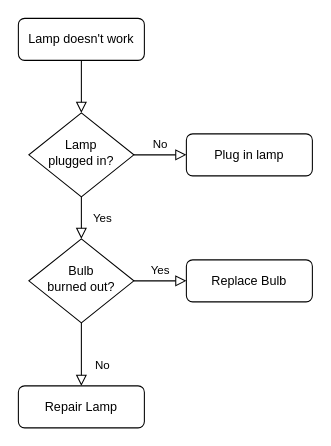
wuxiyabear/books keeps this draw.io diagram as 未命名绘图.drawio. Above is the earlier version. Source tidied: cells renumbered, new cells numbered last; positions are measured from the earlier drawing's top-left corner, leaving out a move shared by most shapes. Both pictures are drawn from the tidied source at 105%, with x=0, y=0 at pixel (18, 18).
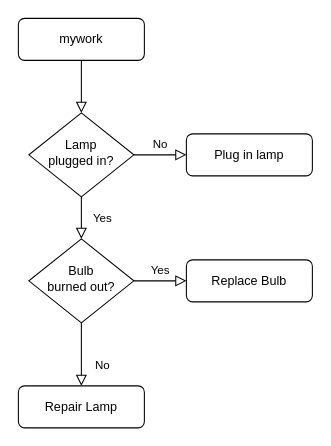
After the change.

Commit message:
更新未命名绘图.drawio

Change to the diagram source:
```diff
@@
 <mxGraphModel>
   <root>
     <mxCell id="0" />
     <mxCell id="1" parent="0" />
     <mxCell id="2" style="rounded=0;html=1;jettySize=auto;fontSize=11;endArrow=block;endFill=0;endSize=8;strokeWidth=1;shadow=0;labelBackgroundColor=none;edgeStyle=orthogonalEdgeStyle;" parent="1" edge="1" source="3" target="6">
       <mxGeometry relative="1" as="geometry" />
     </mxCell>
-    <mxCell id="3" value="Lamp doesn't work" style="rounded=1;whiteSpace=wrap;html=1;fontSize=12;glass=0;strokeWidth=1;shadow=0;" parent="1" vertex="1">
+    <mxCell id="3" value="mywork" style="rounded=1;whiteSpace=wrap;html=1;fontSize=12;glass=0;strokeWidth=1;shadow=0;" parent="1" vertex="1">
       <mxGeometry width="120" height="40" as="geometry" />
     </mxCell>
     <mxCell id="4" value="Yes" style="rounded=0;html=1;jettySize=auto;fontSize=11;endArrow=block;endFill=0;endSize=8;strokeWidth=1;shadow=0;labelBackgroundColor=none;edgeStyle=orthogonalEdgeStyle;" parent="1" edge="1" source="6" target="10">
       <mxGeometry y="20" relative="1" as="geometry" />
     </mxCell>
     <mxCell id="5" value="No" style="edgeStyle=orthogonalEdgeStyle;rounded=0;html=1;jettySize=auto;fontSize=11;endArrow=block;endFill=0;endSize=8;strokeWidth=1;shadow=0;labelBackgroundColor=none;" parent="1" edge="1" source="6" target="7">
       <mxGeometry y="10" relative="1" as="geometry" />
     </mxCell>
     <mxCell id="6" value="Lamp&lt;br&gt;plugged in?" style="rhombus;whiteSpace=wrap;html=1;shadow=0;fontFamily=Helvetica;fontSize=12;align=center;strokeWidth=1;spacing=6;spacingTop=-4;" parent="1" vertex="1">
       <mxGeometry x="10" y="90" width="100" height="80" as="geometry" />
     </mxCell>
     <mxCell id="7" value="Plug in lamp" style="rounded=1;whiteSpace=wrap;html=1;fontSize=12;glass=0;strokeWidth=1;shadow=0;" parent="1" vertex="1">
       <mxGeometry x="160" y="110" width="120" height="40" as="geometry" />
     </mxCell>
     <mxCell id="8" value="No" style="rounded=0;html=1;jettySize=auto;fontSize=11;endArrow=block;endFill=0;endSize=8;strokeWidth=1;shadow=0;labelBackgroundColor=none;edgeStyle=orthogonalEdgeStyle;" parent="1" edge="1" source="10" target="11">
       <mxGeometry x="0.33" y="20" relative="1" as="geometry" />
     </mxCell>
     <mxCell id="9" value="Yes" style="edgeStyle=orthogonalEdgeStyle;rounded=0;html=1;jettySize=auto;fontSize=11;endArrow=block;endFill=0;endSize=8;strokeWidth=1;shadow=0;labelBackgroundColor=none;" parent="1" edge="1" source="10" target="12">
       <mxGeometry y="10" relative="1" as="geometry" />
     </mxCell>
     <mxCell id="10" value="Bulb&lt;br&gt;burned out?" style="rhombus;whiteSpace=wrap;html=1;shadow=0;fontFamily=Helvetica;fontSize=12;align=center;strokeWidth=1;spacing=6;spacingTop=-4;" parent="1" vertex="1">
       <mxGeometry x="10" y="210" width="100" height="80" as="geometry" />
     </mxCell>
     <mxCell id="11" value="Repair Lamp" style="rounded=1;whiteSpace=wrap;html=1;fontSize=12;glass=0;strokeWidth=1;shadow=0;" parent="1" vertex="1">
       <mxGeometry y="350" width="120" height="40" as="geometry" />
     </mxCell>
     <mxCell id="12" value="Replace Bulb" style="rounded=1;whiteSpace=wrap;html=1;fontSize=12;glass=0;strokeWidth=1;shadow=0;" parent="1" vertex="1">
       <mxGeometry x="160" y="230" width="120" height="40" as="geometry" />
     </mxCell>
   </root>
 </mxGraphModel>
```
